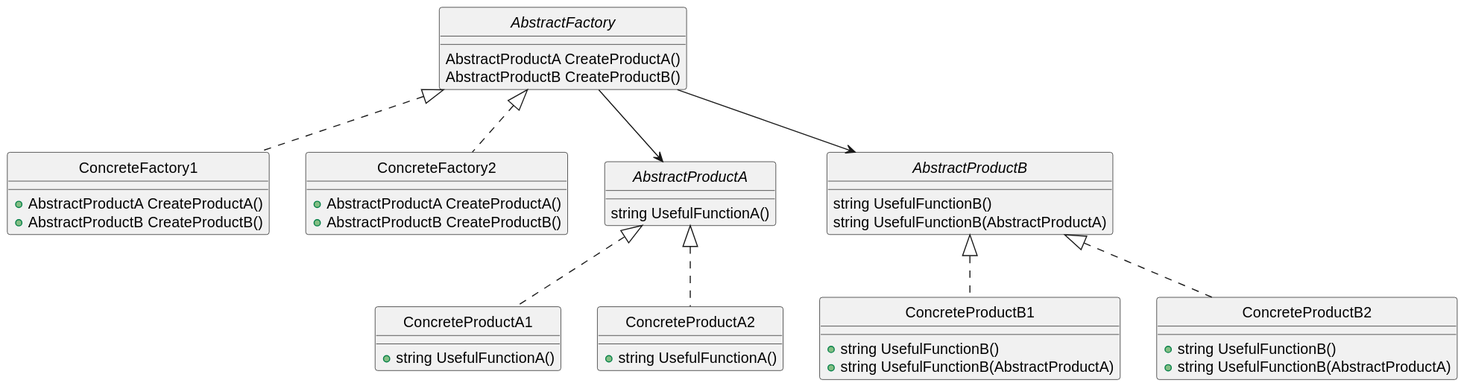
Earlier version of the PlantUML export src/AbstractFactory.svg (youngbo/typescript). Source of this version:
```plantuml
@startuml

interface AbstractFactory {
    AbstractProductA CreateProductA()
    AbstractProductB CreateProductB()
}

class ConcreteFactory1 {
    +AbstractProductA CreateProductA()
    +AbstractProductB CreateProductB()
}

class ConcreteFactory2 {
    +AbstractProductA CreateProductA()
    +AbstractProductB CreateProductB()
}

AbstractFactory <|.. ConcreteFactory1
AbstractFactory <|.. ConcreteFactory2

interface AbstractProductA {
    string UsefulFunctionA()
}

class ConcreteProductA1 {
    +string UsefulFunctionA()
}

class ConcreteProductA2  {
    +string UsefulFunctionA()
}

AbstractProductA <|..ConcreteProductA1
AbstractProductA <|..ConcreteProductA2

interface AbstractProductB {
    string UsefulFunctionB()
    string UsefulFunctionB(AbstractProductA)
}

class ConcreteProductB1 {
    +string UsefulFunctionB()
    +string UsefulFunctionB(AbstractProductA)
}

class ConcreteProductB2 {
    +string UsefulFunctionB()
    +string UsefulFunctionB(AbstractProductA)
}

AbstractProductB <|..ConcreteProductB1
AbstractProductB <|..ConcreteProductB2

AbstractFactory -->AbstractProductA
AbstractFactory -->AbstractProductB

hide class circle
hide interface circle
hide abstract circle

@enduml
```
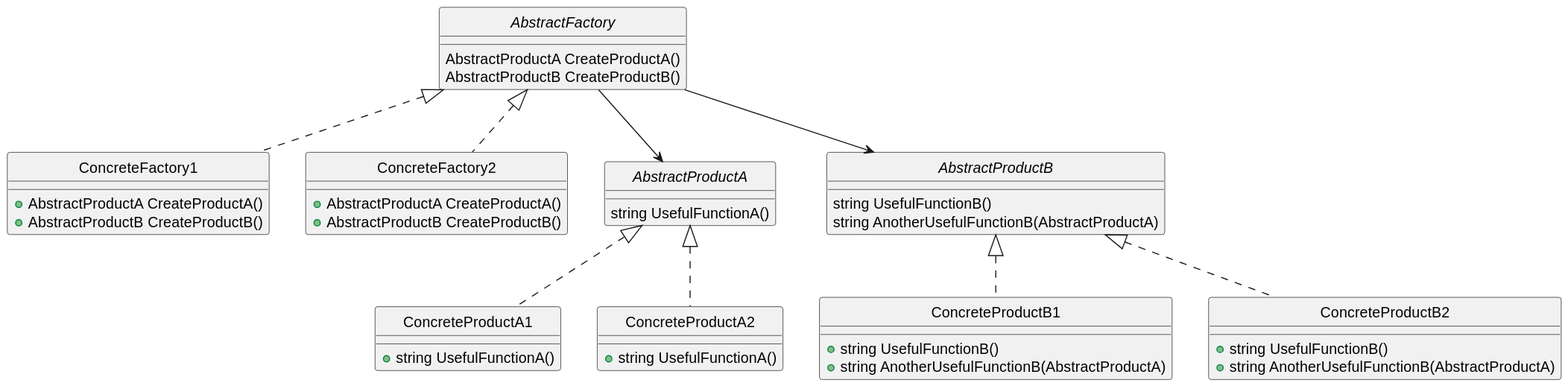
After the change.

Commit message:
added an unit test for abstract factory pattern

Change to the diagram source:
```diff
@@ -35,17 +35,17 @@
 
 interface AbstractProductB {
     string UsefulFunctionB()
-    string UsefulFunctionB(AbstractProductA)
+    string AnotherUsefulFunctionB(AbstractProductA)
 }
 
 class ConcreteProductB1 {
     +string UsefulFunctionB()
-    +string UsefulFunctionB(AbstractProductA)
+    +string AnotherUsefulFunctionB(AbstractProductA)
 }
 
 class ConcreteProductB2 {
     +string UsefulFunctionB()
-    +string UsefulFunctionB(AbstractProductA)
+    +string AnotherUsefulFunctionB(AbstractProductA)
 }
 
 AbstractProductB <|..ConcreteProductB1
```
